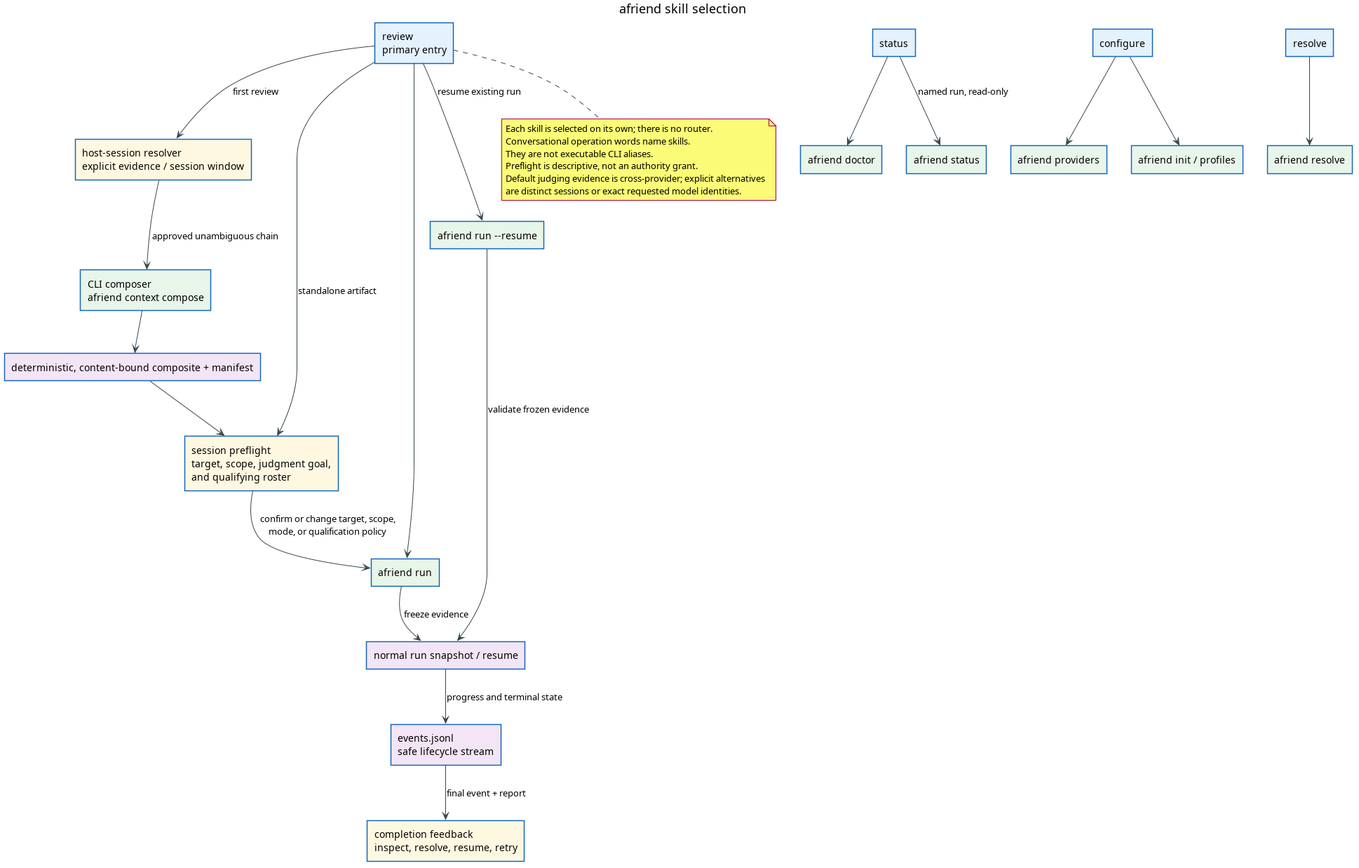
Earlier version of the PlantUML export docs/architecture/skill-routing.png (livingstaccato/afriend). Its source is kept beside it as docs/architecture/skill-routing.puml.
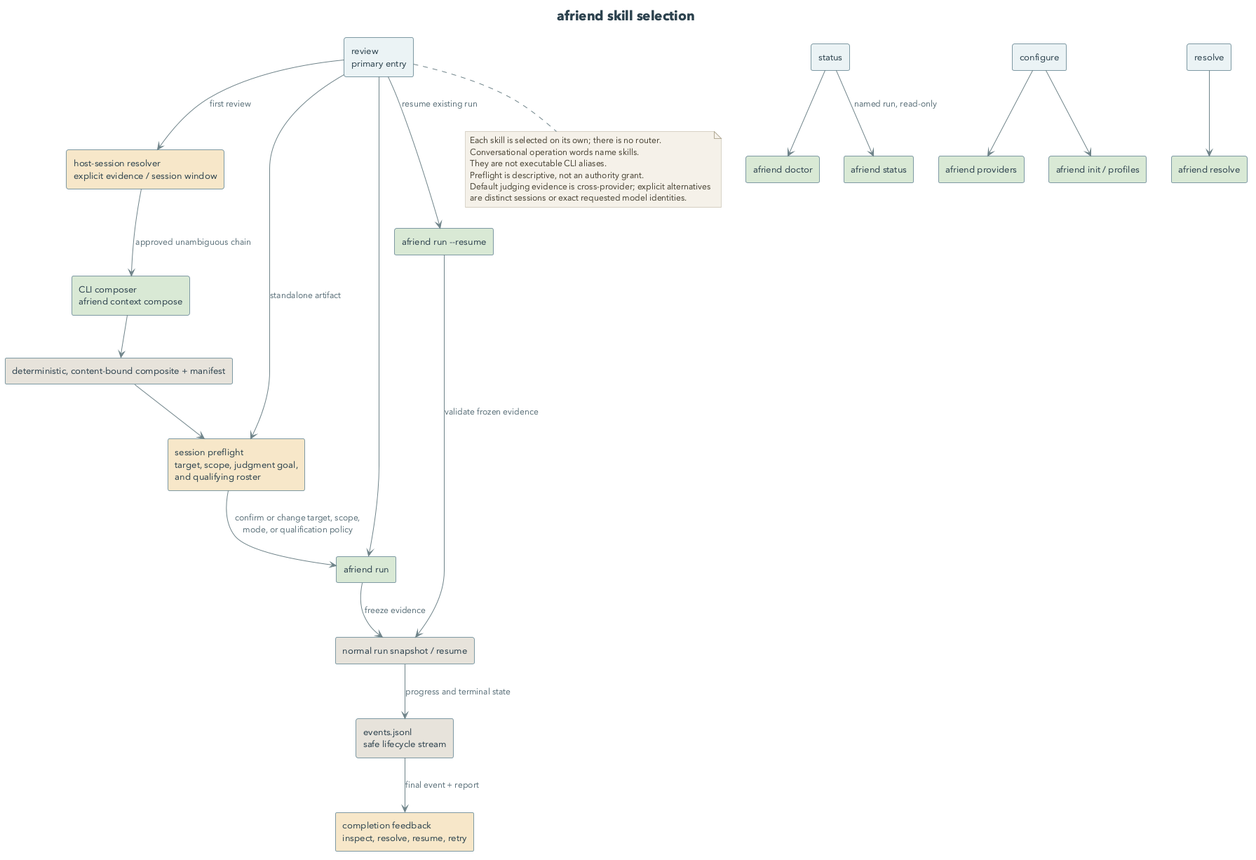
After the change.

Diff of the diagram source:
```diff
@@ -1,32 +1,54 @@
 @startuml skill-routing
+
 skinparam backgroundColor #FFFFFF
+skinparam defaultFontName "Avenir Next"
+skinparam defaultMonospacedFontName "SF Mono"
+skinparam defaultFontSize 13
 skinparam shadowing false
-skinparam defaultFontName Helvetica
-skinparam ArrowColor #37474F
-skinparam rectangle {
-  BorderColor #1565C0
-  BackgroundColor #E3F2FD
-}
+skinparam ArrowColor #6E8288
+skinparam ArrowFontColor #5B7079
+skinparam ArrowFontSize 12
+skinparam TitleFontSize 19
+skinparam TitleFontColor #2D424E
+skinparam legendBackgroundColor #F8FCFC
+skinparam legendBorderColor #A8C3CC
+skinparam legendFontSize 12
+skinparam noteBackgroundColor #F4F1E8
+skinparam noteBorderColor #B3AA97
+skinparam noteFontColor #4A4436
+skinparam noteFontSize 12
+skinparam componentStyle rectangle
+skinparam RectangleBorderColor #7E99A3
+skinparam RectangleBackgroundColor #EAF3F4
+skinparam RectangleBorderThickness 1
+skinparam RectangleFontColor #2D424E
+skinparam RectangleFontSize 13
+skinparam PackageBorderColor #4F7981
+skinparam PackageBackgroundColor #F1F8F8
+skinparam PackageFontColor #4F7981
+skinparam PackageFontSize 13
+skinparam PackageFontStyle bold
+
 title afriend skill selection
 
-rectangle "host-session resolver\nexplicit evidence / session window" as resolver #FFF8E1
-rectangle "CLI composer\nafriend context compose" as composer #E8F5E9
-rectangle "deterministic, content-bound composite + manifest" as composite #F3E5F5
-rectangle "session preflight\ntarget, scope, judgment goal,\nand qualifying roster" as preflight #FFF8E1
+rectangle "host-session resolver\nexplicit evidence / session window" as resolver #F6E7C8
+rectangle "CLI composer\nafriend context compose" as composer #D9E8D5
+rectangle "deterministic, content-bound composite + manifest" as composite #E6E2DA
+rectangle "session preflight\ntarget, scope, judgment goal,\nand qualifying roster" as preflight #F6E7C8
 rectangle "review\nprimary entry" as review
 rectangle "status" as status
 rectangle "configure" as configure
 rectangle "resolve" as resolve
-rectangle "afriend run" as run #E8F5E9
-rectangle "normal run snapshot / resume" as snapshot #F3E5F5
-rectangle "events.jsonl\nsafe lifecycle stream" as events #F3E5F5
-rectangle "completion feedback\ninspect, resolve, resume, retry" as feedback #FFF8E1
-rectangle "afriend doctor" as doctor #E8F5E9
-rectangle "afriend status" as runstatus #E8F5E9
-rectangle "afriend providers" as providers #E8F5E9
-rectangle "afriend init / profiles" as setup #E8F5E9
-rectangle "afriend resolve" as resolution #E8F5E9
-rectangle "afriend run --resume" as resume #E8F5E9
+rectangle "afriend run" as run #D9E8D5
+rectangle "normal run snapshot / resume" as snapshot #E6E2DA
+rectangle "events.jsonl\nsafe lifecycle stream" as events #E6E2DA
+rectangle "completion feedback\ninspect, resolve, resume, retry" as feedback #F6E7C8
+rectangle "afriend doctor" as doctor #D9E8D5
+rectangle "afriend status" as runstatus #D9E8D5
+rectangle "afriend providers" as providers #D9E8D5
+rectangle "afriend init / profiles" as setup #D9E8D5
+rectangle "afriend resolve" as resolution #D9E8D5
+rectangle "afriend run --resume" as resume #D9E8D5
 
 review --> resolver : first review
 resolver --> composer : approved unambiguous chain
```
